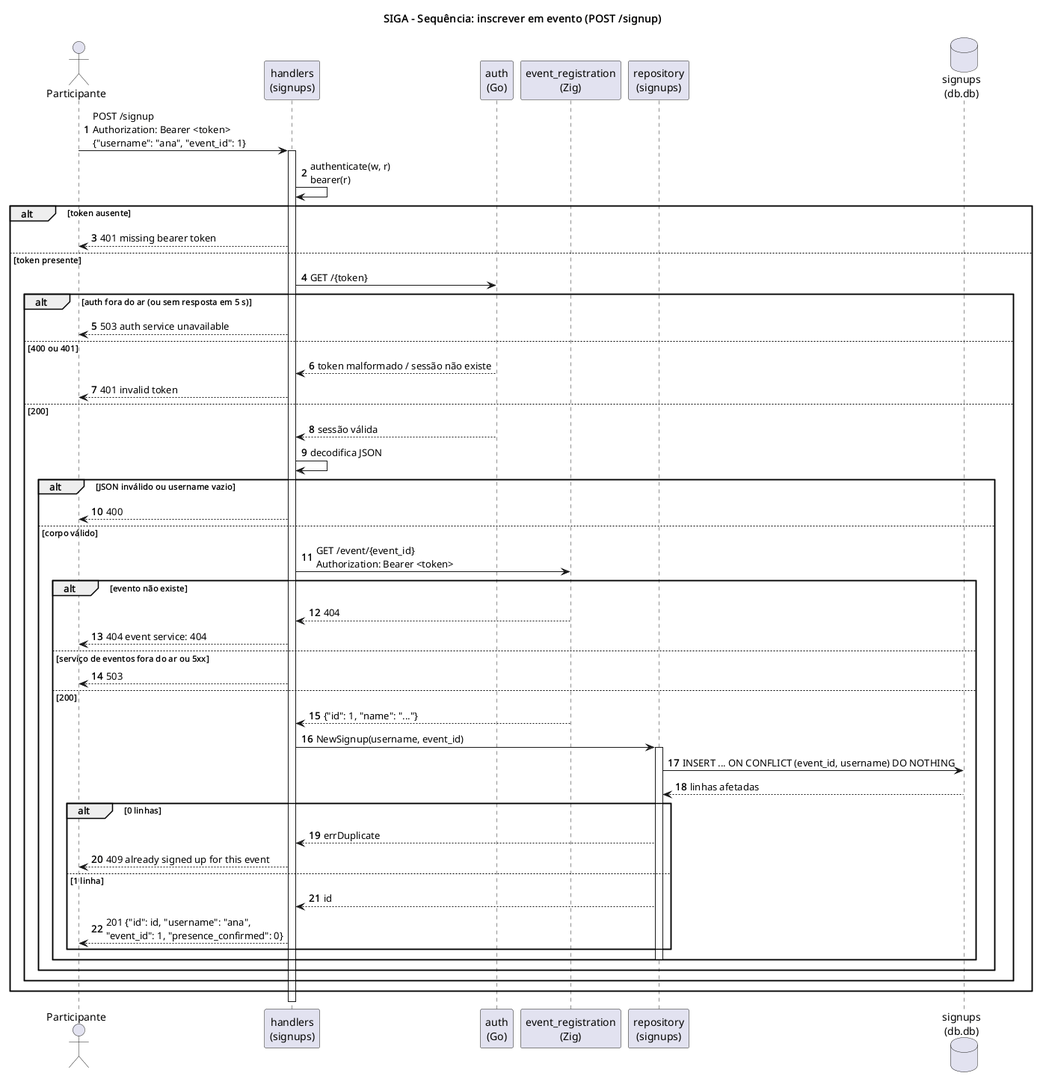
Above: docs/diagramas/sequencia-inscricao.png in gboncoffee/siga (PlantUML), before the change.
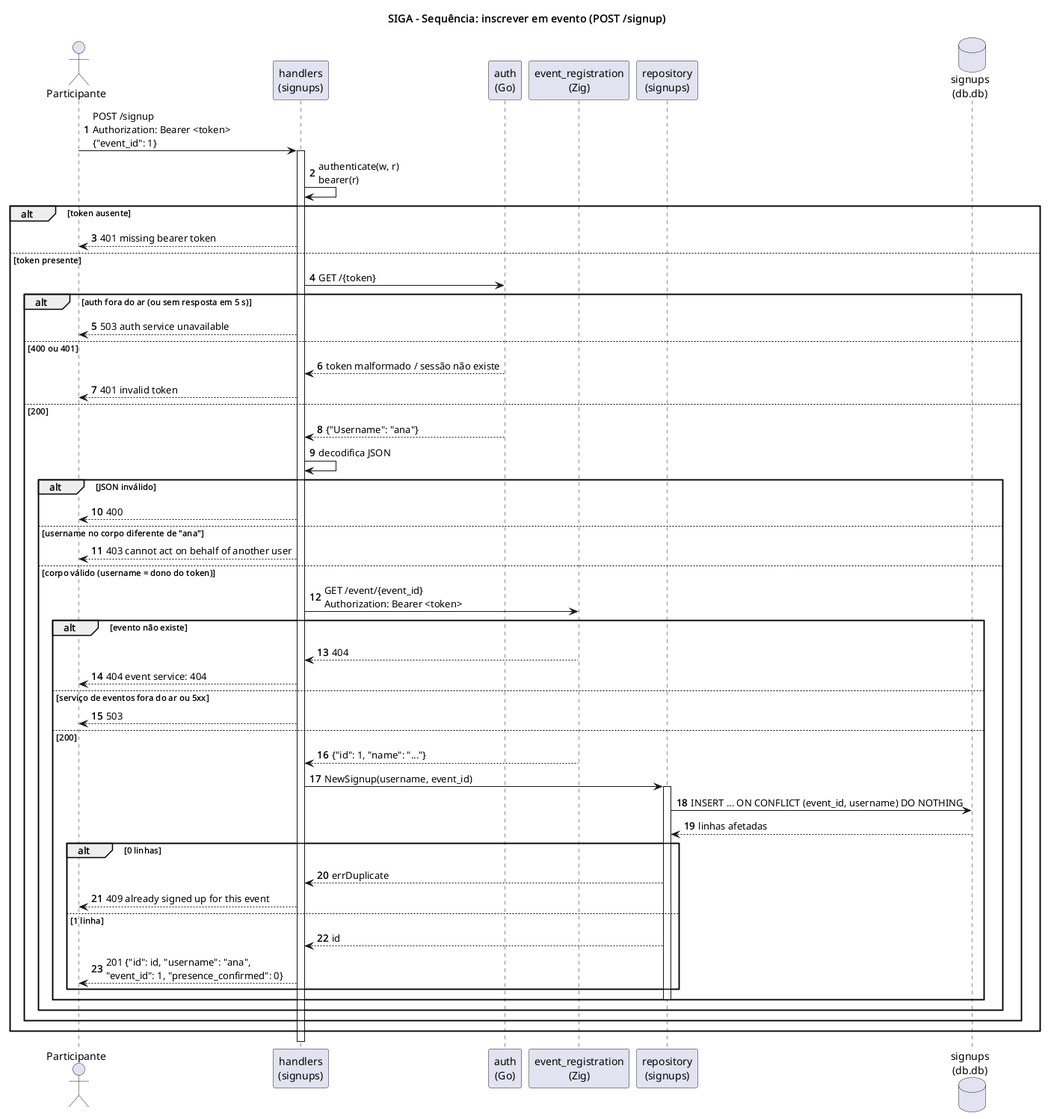
After the commit.

The edit, as a diff of the source:
```diff
@@ -9,7 +9,7 @@
 participant "repository\n(signups)" as Repo
 database "signups\n(db.db)" as SDb
 
-P -> H : POST /signup\nAuthorization: Bearer <token>\n{"username": "ana", "event_id": 1}
+P -> H : POST /signup\nAuthorization: Bearer <token>\n{"event_id": 1}
 activate H
 
 H -> H : authenticate(w, r)\nbearer(r)
@@ -23,11 +23,13 @@
     AuthSvc --> H : token malformado / sessão não existe
     H --> P : 401 invalid token
   else 200
-    AuthSvc --> H : sessão válida
+    AuthSvc --> H : {"Username": "ana"}
     H -> H : decodifica JSON
-    alt JSON inválido ou username vazio
+    alt JSON inválido
       H --> P : 400
-    else corpo válido
+    else username no corpo diferente de "ana"
+      H --> P : 403 cannot act on behalf of another user
+    else corpo válido (username = dono do token)
       H -> Ev : GET /event/{event_id}\nAuthorization: Bearer <token>
       alt evento não existe
         Ev --> H : 404
```
